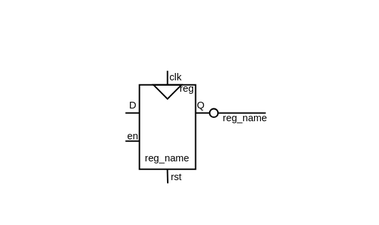
MPSU/APS keeps this draw.io diagram as .pic/Basic Verilog structures/registers/fig_02.drawio.svg. Above is the earlier version. Source tidied: cells renumbered, new cells last; positions are measured from the earlier drawing's top-left corner, leaving out a move shared by most shapes. Source of this version:
```xml
<mxGraphModel>
  <root>
    <mxCell id="0" />
    <mxCell id="1" parent="0" />
    <mxCell id="2" style="rounded=0;whiteSpace=wrap;html=1;labelBackgroundColor=#CB9EFF;fontSize=7;fillColor=#FFFFFF;fontColor=#333333;strokeColor=none;" parent="1" vertex="1">
      <mxGeometry x="0.5" width="269.5" height="160" as="geometry" />
    </mxCell>
    <mxCell id="3" value="&lt;font style=&quot;font-size: 7px;&quot;&gt;reg_name&lt;/font&gt;" style="rounded=0;whiteSpace=wrap;html=1;verticalAlign=bottom;spacingBottom=0;fillColor=none;" parent="1" vertex="1">
      <mxGeometry x="100" y="60" width="40" height="60" as="geometry" />
    </mxCell>
    <mxCell id="4" value="reg" style="text;html=1;strokeColor=none;fillColor=none;align=center;verticalAlign=middle;whiteSpace=wrap;rounded=0;fontSize=7;" parent="1" vertex="1">
      <mxGeometry x="127" y="59" width="14" height="8" as="geometry" />
    </mxCell>
    <mxCell id="5" style="endArrow=none;html=1;rounded=0;fontSize=7;" parent="1" edge="1">
      <mxGeometry relative="1" as="geometry">
        <mxPoint x="100" y="80" as="sourcePoint" />
        <mxPoint x="90" y="80" as="targetPoint" />
      </mxGeometry>
    </mxCell>
    <mxCell id="6" style="endArrow=none;html=1;rounded=0;fontSize=7;" parent="1" edge="1">
      <mxGeometry relative="1" as="geometry">
        <mxPoint x="150" y="80" as="sourcePoint" />
        <mxPoint x="140" y="80" as="targetPoint" />
      </mxGeometry>
    </mxCell>
    <mxCell id="7" style="endArrow=none;html=1;rounded=0;fontSize=7;" parent="1" edge="1">
      <mxGeometry relative="1" as="geometry">
        <mxPoint x="120" y="60" as="sourcePoint" />
        <mxPoint x="120" y="50" as="targetPoint" />
      </mxGeometry>
    </mxCell>
    <mxCell id="8" style="triangle;whiteSpace=wrap;html=1;fontSize=7;rotation=90;fillColor=none;" parent="1" vertex="1">
      <mxGeometry x="115" y="55" width="10" height="20" as="geometry" />
    </mxCell>
    <mxCell id="9" value="D" style="text;html=1;strokeColor=none;fillColor=none;align=center;verticalAlign=middle;whiteSpace=wrap;rounded=0;fontSize=7;" parent="1" vertex="1">
      <mxGeometry x="93" y="70" width="5" height="10" as="geometry" />
    </mxCell>
    <mxCell id="10" value="Q" style="text;html=1;strokeColor=none;fillColor=none;align=center;verticalAlign=middle;whiteSpace=wrap;rounded=0;fontSize=7;" parent="1" vertex="1">
      <mxGeometry x="141" y="70" width="6" height="10" as="geometry" />
    </mxCell>
    <mxCell id="11" value="clk" style="text;html=1;strokeColor=none;fillColor=none;align=center;verticalAlign=middle;whiteSpace=wrap;rounded=0;fontSize=7;" parent="1" vertex="1">
      <mxGeometry x="121" y="50" width="10" height="10" as="geometry" />
    </mxCell>
    <mxCell id="12" style="endArrow=none;html=1;rounded=0;fontSize=7;startArrow=oval;startFill=0;" parent="1" edge="1">
      <mxGeometry relative="1" as="geometry">
        <mxPoint x="153" y="80" as="sourcePoint" />
        <mxPoint x="190" y="80" as="targetPoint" />
      </mxGeometry>
    </mxCell>
    <mxCell id="13" value="&lt;font style=&quot;font-size: 7px;&quot;&gt;reg_name&lt;/font&gt;" style="edgeLabel;html=1;align=center;verticalAlign=middle;fontSize=7;labelBackgroundColor=none;" parent="12" vertex="1">
      <mxGeometry x="0.13" relative="1" as="geometry">
        <mxPoint y="3" as="offset" />
      </mxGeometry>
    </mxCell>
    <mxCell id="14" style="endArrow=none;html=1;rounded=0;fontSize=7;" parent="1" edge="1">
      <mxGeometry relative="1" as="geometry">
        <mxPoint x="90" y="100" as="sourcePoint" />
        <mxPoint x="100" y="100" as="targetPoint" />
      </mxGeometry>
    </mxCell>
    <mxCell id="15" value="en" style="edgeLabel;html=1;align=center;verticalAlign=middle;fontSize=7;labelBackgroundColor=none;" parent="14" vertex="1">
      <mxGeometry x="-0.41" relative="1" as="geometry">
        <mxPoint x="1" y="-4" as="offset" />
      </mxGeometry>
    </mxCell>
    <mxCell id="16" style="endArrow=none;html=1;rounded=0;fontSize=7;" parent="1" edge="1">
      <mxGeometry relative="1" as="geometry">
        <mxPoint x="120.2" y="130" as="sourcePoint" />
        <mxPoint x="119.9" y="120" as="targetPoint" />
      </mxGeometry>
    </mxCell>
    <mxCell id="17" value="rst" style="edgeLabel;html=1;align=center;verticalAlign=middle;fontSize=7;" parent="16" vertex="1">
      <mxGeometry x="0.41" relative="1" as="geometry">
        <mxPoint x="5" y="2" as="offset" />
      </mxGeometry>
    </mxCell>
  </root>
</mxGraphModel>
```
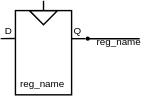
The same diagram one commit later.

Diff of the diagram source:
```diff
@@ -2,77 +2,43 @@
   <root>
     <mxCell id="0" />
     <mxCell id="1" parent="0" />
-    <mxCell id="2" style="rounded=0;whiteSpace=wrap;html=1;labelBackgroundColor=#CB9EFF;fontSize=7;fillColor=#FFFFFF;fontColor=#333333;strokeColor=none;" parent="1" vertex="1">
-      <mxGeometry x="0.5" width="269.5" height="160" as="geometry" />
+    <mxCell id="2" value="&lt;font style=&quot;font-size: 7px;&quot;&gt;reg_name&lt;/font&gt;" style="rounded=0;whiteSpace=wrap;html=1;verticalAlign=bottom;spacingBottom=0;fillColor=none;" parent="1" vertex="1">
+      <mxGeometry x="115.5" y="279" width="40" height="60" as="geometry" />
     </mxCell>
-    <mxCell id="3" value="&lt;font style=&quot;font-size: 7px;&quot;&gt;reg_name&lt;/font&gt;" style="rounded=0;whiteSpace=wrap;html=1;verticalAlign=bottom;spacingBottom=0;fillColor=none;" parent="1" vertex="1">
-      <mxGeometry x="100" y="60" width="40" height="60" as="geometry" />
+    <mxCell id="3" style="endArrow=none;html=1;rounded=0;fontSize=7;" parent="1" edge="1">
+      <mxGeometry relative="1" as="geometry">
+        <mxPoint x="165.5" y="299" as="sourcePoint" />
+        <mxPoint x="155.5" y="299" as="targetPoint" />
+      </mxGeometry>
     </mxCell>
-    <mxCell id="4" value="reg" style="text;html=1;strokeColor=none;fillColor=none;align=center;verticalAlign=middle;whiteSpace=wrap;rounded=0;fontSize=7;" parent="1" vertex="1">
-      <mxGeometry x="127" y="59" width="14" height="8" as="geometry" />
+    <mxCell id="4" style="edgeStyle=orthogonalEdgeStyle;rounded=0;jettySize=auto;html=1;exitX=0;exitY=0.5;exitDx=0;exitDy=0;endArrow=none;endFill=0;" parent="1" edge="1" source="5">
+      <mxGeometry relative="1" as="geometry">
+        <mxPoint x="135.5" y="272" as="targetPoint" />
+      </mxGeometry>
     </mxCell>
-    <mxCell id="5" style="endArrow=none;html=1;rounded=0;fontSize=7;" parent="1" edge="1">
-      <mxGeometry relative="1" as="geometry">
-        <mxPoint x="100" y="80" as="sourcePoint" />
-        <mxPoint x="90" y="80" as="targetPoint" />
-      </mxGeometry>
+    <mxCell id="5" style="triangle;whiteSpace=wrap;html=1;fontSize=7;rotation=90;fillColor=none;" parent="1" vertex="1">
+      <mxGeometry x="130.5" y="274" width="10" height="20" as="geometry" />
     </mxCell>
-    <mxCell id="6" style="endArrow=none;html=1;rounded=0;fontSize=7;" parent="1" edge="1">
-      <mxGeometry relative="1" as="geometry">
-        <mxPoint x="150" y="80" as="sourcePoint" />
-        <mxPoint x="140" y="80" as="targetPoint" />
-      </mxGeometry>
+    <mxCell id="6" value="Q" style="text;html=1;strokeColor=none;fillColor=none;align=center;verticalAlign=middle;whiteSpace=wrap;rounded=0;fontSize=7;" parent="1" vertex="1">
+      <mxGeometry x="156.5" y="289" width="6" height="10" as="geometry" />
     </mxCell>
-    <mxCell id="7" style="endArrow=none;html=1;rounded=0;fontSize=7;" parent="1" edge="1">
+    <mxCell id="7" style="endArrow=none;html=1;rounded=0;fontSize=7;startArrow=oval;startFill=1;endSize=6;startSize=2;" parent="1" edge="1">
       <mxGeometry relative="1" as="geometry">
-        <mxPoint x="120" y="60" as="sourcePoint" />
-        <mxPoint x="120" y="50" as="targetPoint" />
+        <mxPoint x="167" y="299" as="sourcePoint" />
+        <mxPoint x="204" y="299" as="targetPoint" />
       </mxGeometry>
     </mxCell>
-    <mxCell id="8" style="triangle;whiteSpace=wrap;html=1;fontSize=7;rotation=90;fillColor=none;" parent="1" vertex="1">
-      <mxGeometry x="115" y="55" width="10" height="20" as="geometry" />
+    <mxCell id="8" style="edgeStyle=orthogonalEdgeStyle;rounded=0;orthogonalLoop=1;jettySize=auto;html=1;exitX=0;exitY=0.75;exitDx=0;exitDy=0;exitPerimeter=0;endArrow=none;endFill=0;" parent="1" edge="1">
+      <mxGeometry relative="1" as="geometry">
+        <mxPoint x="115" y="298.9" as="sourcePoint" />
+        <mxPoint x="105" y="298.9" as="targetPoint" />
+      </mxGeometry>
     </mxCell>
     <mxCell id="9" value="D" style="text;html=1;strokeColor=none;fillColor=none;align=center;verticalAlign=middle;whiteSpace=wrap;rounded=0;fontSize=7;" parent="1" vertex="1">
-      <mxGeometry x="93" y="70" width="5" height="10" as="geometry" />
+      <mxGeometry x="107.5" y="289" width="6" height="10" as="geometry" />
     </mxCell>
-    <mxCell id="10" value="Q" style="text;html=1;strokeColor=none;fillColor=none;align=center;verticalAlign=middle;whiteSpace=wrap;rounded=0;fontSize=7;" parent="1" vertex="1">
-      <mxGeometry x="141" y="70" width="6" height="10" as="geometry" />
+    <mxCell id="10" value="&lt;font style=&quot;font-size: 7px;&quot;&gt;reg_name&lt;/font&gt;" style="edgeLabel;html=1;align=center;verticalAlign=middle;fontSize=7;labelBackgroundColor=none;" parent="1" vertex="1">
+      <mxGeometry x="188.9" y="301.9" as="geometry" />
     </mxCell>
-    <mxCell id="11" value="clk" style="text;html=1;strokeColor=none;fillColor=none;align=center;verticalAlign=middle;whiteSpace=wrap;rounded=0;fontSize=7;" parent="1" vertex="1">
-      <mxGeometry x="121" y="50" width="10" height="10" as="geometry" />
-    </mxCell>
-    <mxCell id="12" style="endArrow=none;html=1;rounded=0;fontSize=7;startArrow=oval;startFill=0;" parent="1" edge="1">
-      <mxGeometry relative="1" as="geometry">
-        <mxPoint x="153" y="80" as="sourcePoint" />
-        <mxPoint x="190" y="80" as="targetPoint" />
-      </mxGeometry>
-    </mxCell>
-    <mxCell id="13" value="&lt;font style=&quot;font-size: 7px;&quot;&gt;reg_name&lt;/font&gt;" style="edgeLabel;html=1;align=center;verticalAlign=middle;fontSize=7;labelBackgroundColor=none;" parent="12" vertex="1">
-      <mxGeometry x="0.13" relative="1" as="geometry">
-        <mxPoint y="3" as="offset" />
-      </mxGeometry>
-    </mxCell>
-    <mxCell id="14" style="endArrow=none;html=1;rounded=0;fontSize=7;" parent="1" edge="1">
-      <mxGeometry relative="1" as="geometry">
-        <mxPoint x="90" y="100" as="sourcePoint" />
-        <mxPoint x="100" y="100" as="targetPoint" />
-      </mxGeometry>
-    </mxCell>
-    <mxCell id="15" value="en" style="edgeLabel;html=1;align=center;verticalAlign=middle;fontSize=7;labelBackgroundColor=none;" parent="14" vertex="1">
-      <mxGeometry x="-0.41" relative="1" as="geometry">
-        <mxPoint x="1" y="-4" as="offset" />
-      </mxGeometry>
-    </mxCell>
-    <mxCell id="16" style="endArrow=none;html=1;rounded=0;fontSize=7;" parent="1" edge="1">
-      <mxGeometry relative="1" as="geometry">
-        <mxPoint x="120.2" y="130" as="sourcePoint" />
-        <mxPoint x="119.9" y="120" as="targetPoint" />
-      </mxGeometry>
-    </mxCell>
-    <mxCell id="17" value="rst" style="edgeLabel;html=1;align=center;verticalAlign=middle;fontSize=7;" parent="16" vertex="1">
-      <mxGeometry x="0.41" relative="1" as="geometry">
-        <mxPoint x="5" y="2" as="offset" />
-      </mxGeometry>
-    </mxCell>
   </root>
 </mxGraphModel>
```
